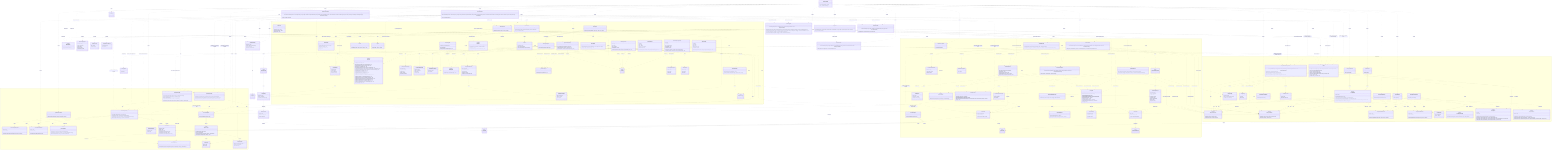
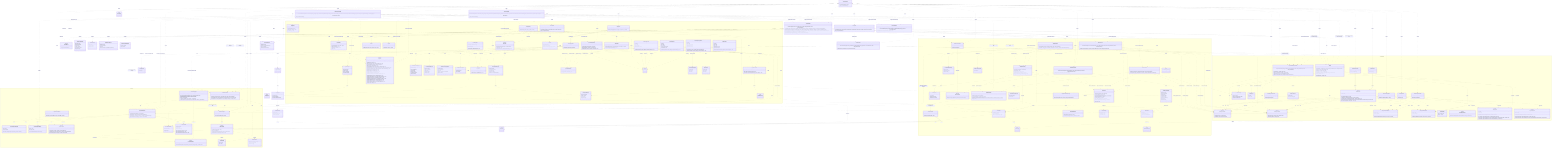
%% Authoritative, system-wide contract chart: every class and every relationship,
%% including the cross-domain interactions between modules.
%% For focused, per-domain views (intra-domain relationships only), see
%% docs/contracts/domains/ (one chart per domain + a README).
classDiagram
  direction TB

  class LicenseWizard {
    +LicenseWizard(args: string[])
    +run() Promise~Answer[]~
  }

  class IWizardMode {
    <<interface>>
    +run() Promise~Answer[]~
  }

  class InteractiveMode {
    +InteractiveMode(licenses: LicenseRepository, config: Config, manifests: ProjectManifestRepository, installer: LicenseInstaller, generator: LicenseGenerator, headers: HeaderApplier, renderer: IRenderer, reporter: IReporter, flags: WizardFlags)
    +run() Promise~Answer[]~
  }

  class NonInteractiveMode {
    +NonInteractiveMode(licenses: LicenseRepository, config: Config, manifests: ProjectManifestRepository, installer: LicenseInstaller, generator: LicenseGenerator, headers: HeaderApplier, reporter: IReporter, flags: WizardFlags, saveTargetByFlag: Record~string, string~)
    +run() Promise~Answer[]~
  }

  class VerifyMode {
    +VerifyMode(verifier: LicenseVerifier, headerVerifier: HeaderVerifier, config: Config, reporter: IReporter, strict: boolean)
    +run() Promise~Answer[]~
  }

  class WizardFlags {
    <<type>>
  }

  class HeaderApplier {
    +HeaderApplier(licenses: LicenseRepository, reader: IFileSystemReader, writer: IFileSystemWriter)
    +apply(licenseId: string, style: HeaderStyle, tokens: Record~string, string~, extraIgnores: string[]) Promise~HeaderApplyReport~
    +preview(licenseId: string, style: HeaderStyle, tokens: Record~string, string~, extraIgnores: string[]) Promise~HeaderPreview | null~
+     +forceApply(licenseId: string, style: HeaderStyle, tokens: Record~string, string~, file: string, options?: object) Promise~HeaderForceReport~
    +remove(extraIgnores: string[]) Promise~HeaderRemovalReport~
    +previewRemoval(extraIgnores: string[]) Promise~HeaderRemovalReport~
  }

  class HeaderApplyReport {
    +licenseId: string
    +style: HeaderStyle
    +total: number
    +written: number
    +unchanged: number
+     +skipped: string[]
  }

  class HeaderPreview {
    +files: string[]
+     +skipped: string[]
    +sample: string
+   }
+ 
+   class HeaderForceReport {
+     +licenseId: string
+     +style: HeaderStyle
+     +file: string
+     +outcome: "written" | "unchanged" | "missing"
  }

  class HeaderRemovalReport {
    +removed: string[]
    +total: number
  }

  class LicenseInstaller {
    +LicenseInstaller(config: Config, manifests: ProjectManifestRepository, generator: LicenseGenerator)
    +install(selection: LicenseSelection) Promise~void~
  }

  class LicenseVerifier {
    +LicenseVerifier(config: Config, manifests: ProjectManifestRepository, generator: LicenseGenerator, reader: IFileSystemReader)
    +verify(options: VerifyOptions) Promise~VerifyOutcome~
  }

  class LicenseSelection {
    +licenseId: string
    +tokens: Record~string, string~
    +save: ConfigSave
    +headers?: HeaderConfig
  }

  class ConfigSave {
    <<union>>
  }

  class VerifyOptions {
    +fix: boolean
  }

  class VerifyOutcome {
    <<union>>
  }

  class VerifyReport {
    +licenseId: string
    +license: DriftStatus
    +manifests: ManifestCheck[]
  }

  class ManifestCheck {
    +name: string
    +declared: string | null
    +status: DriftStatus
  }

  class DriftStatus {
    <<union>>
  }

  namespace CLI {
    class FlagParser {
      +FlagParser(flags: object)
      +parse(args: string[]) object
      +formatHelp() string
    }

    class Orchestrator {
      +Orchestrator(repository: QuestionRepository, renderer: IRenderer)
      +run() Promise~Answer[]~
    }

    class IRenderer {
      <<interface>>
      +render(question: Question) Promise~Answer~
      +onCancel() string
      +complete(summary: CompletionSummary) void
    }

    class CompletionSummary {
      +licenseId: string
      +customized: boolean
      +savedTo: string
      +manifests: string[]
      +headers?: CompletionHeaders
    }

    class CompletionHeaders {
      +style: HeaderStyle
      +written: number
      +total: number
+       +skipped: string[]
    }

    class ProgressBar {
      +ProgressBar(label: string, out?: object)
      +start(total: number) void
      +update(done: number) void
      +stop() void
    }

    class ClackRenderer {
      +ClackRenderer(meta: object, spinner: Spinner)
    }

    class IReporter {
      <<interface>>
      +usage(options: string) void
      +tokens(licenseId: string, slots: TemplateSlot[]) void
      +generated(licenseId: string, savedTo: string) void
      +dryRun(report: DryRunReport) void
      +missingFields(licenseId: string, missing: TemplateSlot[]) void
      +unknownFields(licenseId: string, unknown: string[], slots: TemplateSlot[]) void
      +licenseNotFound(licenseId: string, suggestions: LicenseIndexEntry[]) void
      +verifyMatch(report: VerifyReport) void
      +verifyFixed(report: VerifyReport) void
      +verifyMismatch(report: VerifyReport) void
      +headersNoFiles(licenseId: string) void
      +headersGenerated(report: HeaderGenerateReport) void
      +headersDryRun(report: HeaderDryRunReport) void
+       +headersForceApplied(report: HeaderForceApplyReport) void
      +headersRemoved(report: HeaderRemoveReport) void
      +headersRemoveDryRun(report: HeaderRemoveReport) void
      +headersVerifyMatch(report: HeaderVerifyReport) void
      +headersVerifyFixed(report: HeaderVerifyReport) void
      +headersVerifyMismatch(report: HeaderVerifyReport) void
      +error(message: string) void
    }

    class HeaderGenerateReport {
      +licenseId: string
      +style: HeaderStyle
      +total: number
      +written: number
      +unchanged: number
+       +skipped: string[]
    }

    class HeaderDryRunReport {
      +licenseId: string
      +style: HeaderStyle
      +files: string[]
+       +skipped: string[]
      +sample: string
+     }
+ 
+     class HeaderForceApplyReport {
+       +licenseId: string
+       +style: HeaderStyle
+       +file: string
+       +outcome: "written" | "unchanged"
+       +dryRun: boolean
    }

    class HeaderRemoveReport {
      +removed: string[]
      +total: number
    }

    class DryRunReport {
      +licenseId: string
      +content: string
      +save: ConfigSave
      +manifests: string[]
    }

    class MessageReporter {
      +MessageReporter(sink: IOutputSink)
    }

    class CliReporter {
      +CliReporter(programName: string, out?: object, err?: object)
    }

    class IOutputSink {
      <<interface>>
      +emit(message: OutputMessage) void
    }

    class StreamSink {
      +StreamSink(presenter: ReportPresenter, out?: object, err?: object)
      +emit(message: OutputMessage) void
    }

    class RecordingSink {
      +RecordingSink()
      +emit(message: OutputMessage) void
      +messages: OutputMessage[]
    }

    class ReportPresenter {
      +ReportPresenter(programName: string)
      +present(message: OutputMessage, options: object) string
    }

    class OutputMessage {
      <<union>>
    }

    class Banner {
      +buildBanner(meta: object, options: object) string
    }

    class Spinner {
      +start(handle: object) Function
    }

    class QuestionRepository {
      +QuestionRepository(questions: Question[])
      +getByIndex(index: number) Question | null
      +insertAt(index: number, questions: Question[]) void
    }

    class QuestionLifecycle {
      +inject(questions: Question[]) void
    }

    class Question {
      <<union>>
    }

    class TextQuestion {
      +id: string
      +text: string
      +type: "text"
      +defaultValue: string
      +required?: boolean
      +onAnswer(answer: Answer, lifecycle: QuestionLifecycle) void
    }

    class ConfirmQuestion {
      +id: string
      +text: string
      +type: "confirm"
      +defaultValue: boolean
      +onAnswer(answer: Answer, lifecycle: QuestionLifecycle) void
    }

    class AutocompleteQuestion {
      +id: string
      +text: string
      +type: "autocomplete"
      +defaultValue: string
      +required?: boolean
      +search(query: string) Promise~AutocompleteOption[]~
      +onAnswer(answer: Answer, lifecycle: QuestionLifecycle) void
    }

    class AutocompleteOption {
      +value: string
      +label: string
      +hint: string
    }

    class SelectQuestion {
      +id: string
      +text: string
      +type: "select"
      +options: SelectOption[]
      +defaultValue: string
      +onAnswer(answer: Answer, lifecycle: QuestionLifecycle) void
    }

    class SelectOption {
      +value: string
      +label: string
      +hint: string
    }

    class Answer {
      +questionId: string
      +value: string | boolean
      +fields: Record~string, string | boolean~
    }
  }

  namespace Licensing {
    class LicenseRepository {
      +LicenseRepository(source: ILicenseSource)
      +search(query: string) Promise~LicenseIndexEntry[]~
      +suggest(query: string, limit: number) Promise~LicenseIndexEntry[]~
      +getLicense(licenseId: string) Promise~LicenseDetail~
    }

    class LicenseRepositoryError {
      +name: string
      +cause: unknown
      +LicenseRepositoryError(message: string, cause?: unknown)
    }

    class LicenseNotFoundError {
      +name: string
      +licenseId: string
      +LicenseNotFoundError(licenseId: string)
    }

    class ILicenseSource {
      <<interface>>
      +search(query: string) Promise~LicenseIndexEntry[]~
      +suggest(query: string, limit: number) Promise~LicenseIndexEntry[]~
      +fetchLicense(licenseId: string) Promise~LicenseDetail~
    }

    class SpdxLicenseSource {
      +SpdxLicenseSource(ttlMs?: number, timeoutMs?: number)
    }

    class LicenseIndexEntry {
      +licenseId: string
      +name: string
    }

    class LicenseDetail {
      +licenseId: string
      +name: string
      +licenseText: string
      +standardLicenseTemplate?: string
      +standardLicenseHeader?: string
      +standardLicenseHeaderTemplate?: string
    }

    class SpdxTemplate {
      <<abstract>>
      +SpdxTemplate(template: string)
      +slots() TemplateSlot[]
      +resolveSlots(entries: Map~string, string~) SlotResolution
      +render(values: Record~string, string~) string
    }

    class LicenseTemplate {
      +LicenseTemplate(template: string)
    }

    class LicenseCopyright {
      +LicenseCopyright(bodyTemplate: string, headerTemplate: string)
      +fromDetail(detail: LicenseDetail)$ LicenseCopyright
      +slots() TemplateSlot[]
      +requiredSlots(fullHeader: boolean) TemplateSlot[]
      +resolveFor(entries: Map~string, string~, fullHeader: boolean) SlotResolution
    }

    class resolveSlotEntries {
      <<function>>
      +resolveSlotEntries(slots: TemplateSlot[], entries: Map~string, string~) SlotResolution
    }

    class TemplateSlot {
      +token: string
      +label: string
    }

    class SlotResolution {
      +values: Record~string, string~
      +missing: TemplateSlot[]
      +unknown: string[]
    }

    class LicenseGenerator {
      +LicenseGenerator(repository: LicenseRepository, writer: IFileSystemWriter)
      +generate(licenseId: string, slotValues?: Record~string, string~) Promise~void~
      +render(licenseId: string, slotValues?: Record~string, string~) Promise~string~
    }
  }

  namespace Configuration {
    class IFileSystemReader {
      <<interface>>
      +read(path: string) Promise~string~
      +exists(path: string) Promise~boolean~
    }

    class IFileSystemWriter {
      <<interface>>
      +write(path: string, content: string) Promise~void~
      +delete(path: string) Promise~void~
    }

    class NodeFileSystemReader {
      +NodeFileSystemReader()
    }

    class NodeFileSystemWriter {
      +NodeFileSystemWriter()
    }

    class FileSystemReaderError {
      +name: string
      +cause: unknown
      +FileSystemReaderError(message: string, cause?: unknown)
    }

    class FileSystemWriterError {
      +name: string
      +cause: unknown
      +FileSystemWriterError(message: string, cause?: unknown)
    }

    class WizardConfig {
      +licenseId: string
      +tokens?: Record~string, string~
      +headers?: HeaderConfig
    }

    class HeaderConfig {
      +style: HeaderStyle
      +ignore?: string[]
    }

    class parseWizardConfig {
      <<function>>
      +parseWizardConfig(value: unknown, fileName: string) WizardConfig
    }

    class ConfigTarget {
      +id: string
      +label: string
    }

    class IConfigStore {
      <<interface>>
      +id: string
      +label: string
      +available(reader: IFileSystemReader) Promise~boolean~
      +read(reader: IFileSystemReader) Promise~WizardConfig | null~
      +write(reader: IFileSystemReader, writer: IFileSystemWriter, config: WizardConfig) Promise~void~
      +clear(reader: IFileSystemReader, writer: IFileSystemWriter) Promise~void~
    }

    class RcConfigStore {
      +RcConfigStore()
    }

    class ManifestConfigStore {
      +ManifestConfigStore(fileName: string)
    }

    class Config {
      +Config(stores: IConfigStore[], reader: IFileSystemReader, writer: IFileSystemWriter)
      +read() Promise~WizardConfig | null~
      +source() Promise~string | null~
      +targets() Promise~ConfigTarget[]~
      +write(config: WizardConfig, targetId: string) Promise~void~
      +clear() Promise~void~
      +clearHeaders() Promise~void~
    }

    class IProjectManifest {
      <<interface>>
      +name: string
      +exists(reader: IFileSystemReader) Promise~boolean~
      +readLicense(reader: IFileSystemReader) Promise~string | null~
      +writeLicense(reader: IFileSystemReader, writer: IFileSystemWriter, licenseId: string) Promise~void~
    }

    class JsonManifest {
      <<abstract>>
      +JsonManifest(fileName: string)
      +name: string
      +exists(reader: IFileSystemReader) Promise~boolean~
      +readLicense(reader: IFileSystemReader) Promise~string | null~
      +writeLicense(reader: IFileSystemReader, writer: IFileSystemWriter, licenseId: string) Promise~void~
      #extractLicenseId(value: unknown)* string | null
    }

    class NpmManifest {
      +NpmManifest()
    }

    class ComposerManifest {
      +ComposerManifest()
    }

    class ProjectManifestRepository {
      +ProjectManifestRepository(manifests: IProjectManifest[], reader: IFileSystemReader, writer: IFileSystemWriter)
      +readLicense() Promise~string | null~
      +writeLicense(licenseId: string) Promise~void~
      +declaredLicenses() Promise~ManifestLicense[]~
      +writeLicenseTo(name: string, licenseId: string) Promise~void~
    }

    class ManifestLicense {
      +name: string
      +licenseId: string | null
    }
  }

  namespace Headers {
    class HeaderPlan {
      +detail: LicenseDetail
      +style: HeaderStyle
      +tokens: Record~string, string~
    }

    class HeaderStyle {
      <<union>>
    }

    class HeaderRenderer {
      +HeaderRenderer(plan: HeaderPlan)
      +supportsFull(detail: LicenseDetail)$ boolean
      +fullHeaderHasUnfilledPlaceholders(detail: LicenseDetail, tokens: Record~string, string~)$ boolean
      +body() string
    }

    class HeaderTemplate {
      +HeaderTemplate(template: string)
    }

    class HeaderComposer {
      +HeaderComposer(plan: HeaderPlan)
      +fingerprint() string
      +block(extension: string) string
      +hasManaged(content: string) boolean
      +apply(content: string, filePath: string) string
    }

    class SourceFileScanner {
      +SourceFileScanner(walker: IFileTreeWalker, reader: IFileSystemReader, matchers?: GitignoreMatcherFactory)
      +scan(options?: ScanOptions) Promise~string[]~
    }

    class ScanOptions {
      +root?: string
      +extensions?: string[]
      +extraIgnores?: string[]
    }

    class GitignoreMatcher {
      +GitignoreMatcher(patterns: string[])
      +ignores(path: string, isDirectory: boolean) boolean
    }

    class GitignoreMatcherFactory {
      +fromContent(content: string, extra?: string[]) GitignoreMatcher
    }

    class IFileTreeWalker {
      <<interface>>
      +walk(root: string, skipDirectory: Function) Promise~string[]~
    }

    class NodeFileTreeWalker {
      +NodeFileTreeWalker()
    }

    class HeaderInstaller {
      +HeaderInstaller(reader: IFileSystemReader, writer: IFileSystemWriter)
      +install(files: string[], plan: HeaderPlan, onProgress?: Function) Promise~HeaderInstallSummary~
    }

    class HeaderInstallSummary {
      +written: string[]
      +unchanged: string[]
      +skipped: string[]
    }

    class SourceFile {
      +SourceFile(content: string, path: string)
      +extensionOf(path: string)$ string
      +commentStyleFor(extension: string)$ CommentStyle
      +hasManagedHeader() boolean
      +canPlaceHeader() boolean
      +withoutManagedHeaders() SourceFile
      +withManagedHeader(block: string) SourceFile
      +toString() string
    }

    class CommentStyle {
      +blockStart: string
      +linePrefix: string
      +blockEnd: string
    }

    class HeaderRemover {
      +HeaderRemover(reader: IFileSystemReader, writer: IFileSystemWriter)
      +remove(files: string[], onProgress?: Function) Promise~HeaderRemoveSummary~
    }

    class HeaderRemoveSummary {
      +removed: string[]
      +total: number
    }

    class HeaderVerifier {
      +HeaderVerifier(scanner: SourceFileScanner, reader: IFileSystemReader, writer: IFileSystemWriter, licenses: LicenseRepository)
      +verify(config: WizardConfig, options: HeaderVerifyOptions) Promise~HeaderVerifyOutcome~
    }

    class HeaderVerifyOptions {
      +fix: boolean
    }

    class HeaderVerifyOutcome {
      <<union>>
    }

    class HeaderVerifyReport {
      +licenseId: string
      +style: HeaderStyle
      +total: number
      +matched: string[]
      +missing: string[]
      +drifted: HeaderDrift[]
      +fixed: string[]
      +skipped: string[]
    }

    class HeaderDrift {
      +file: string
      +declares: object | null
      +reason: HeaderDriftReason
    }

    class HeaderDriftReason {
      <<union>>
    }
  }

  TextQuestion ..|> Question : member of
  ConfirmQuestion ..|> Question : member of
  AutocompleteQuestion ..|> Question : member of
  SelectQuestion ..|> Question : member of
  TextQuestion ..> QuestionLifecycle : onAnswer receives
  ConfirmQuestion ..> QuestionLifecycle : onAnswer receives
  AutocompleteQuestion ..> QuestionLifecycle : onAnswer receives
  SelectQuestion ..> QuestionLifecycle : onAnswer receives
  SelectQuestion ..> SelectOption : offers
  Orchestrator ..> QuestionLifecycle : creates
  ClackRenderer ..|> IRenderer : implements
  ClackRenderer ..> Spinner : uses
  ClackRenderer ..> Banner : renders
  IRenderer ..> CompletionSummary : renders
  ClackRenderer ..> CompletionSummary : renders
  MessageReporter ..|> IReporter : implements
  CliReporter --|> MessageReporter : terminal wiring
  MessageReporter ..> IOutputSink : emits to
  MessageReporter ..> OutputMessage : builds
  StreamSink ..|> IOutputSink : implements
  RecordingSink ..|> IOutputSink : implements
  StreamSink ..> ReportPresenter : renders with
  ReportPresenter ..> OutputMessage : renders
  CliReporter ..> StreamSink : wires
  CliReporter ..> ReportPresenter : wires
  MessageReporter ..> TemplateSlot : reads
  MessageReporter ..> VerifyReport : reads
  MessageReporter ..> DryRunReport : reads
  %% Composition root: LicenseWizard parses flags, builds the shared graph, and
  %% delegates each run to one of the three modes through IWizardMode.
  LicenseWizard ..> FlagParser : uses
  LicenseWizard ..> WizardFlags : parses
  LicenseWizard ..> CliReporter : creates
  LicenseWizard ..> IReporter : reports usage through
  LicenseWizard ..> ClackRenderer : creates
  LicenseWizard ..> SpdxLicenseSource : creates
  LicenseWizard ..> LicenseRepository : creates
  LicenseWizard ..> LicenseGenerator : creates
  LicenseWizard ..> LicenseInstaller : creates
  LicenseWizard ..> HeaderApplier : creates
  LicenseWizard ..> LicenseVerifier : creates
  LicenseWizard ..> IWizardMode : delegates the run to
  LicenseWizard ..> InteractiveMode : creates
  LicenseWizard ..> NonInteractiveMode : creates
  LicenseWizard ..> VerifyMode : creates
  InteractiveMode ..|> IWizardMode : implements
  NonInteractiveMode ..|> IWizardMode : implements
  VerifyMode ..|> IWizardMode : implements

  %% Interactive mode: the prompt-driven setup flow.
  InteractiveMode ..> ClackRenderer : renders through
  InteractiveMode ..> IRenderer : reports completion through
  InteractiveMode ..> Orchestrator : creates
  InteractiveMode ..> QuestionRepository : creates
  InteractiveMode ..> LicenseRepository : searches and resolves with
  InteractiveMode ..> LicenseTemplate : creates
  InteractiveMode ..> HeaderRenderer : checks full-header support with
  InteractiveMode ..> LicenseInstaller : applies selection through
  InteractiveMode ..> HeaderApplier : applies headers through
  InteractiveMode ..> LicenseGenerator : renders dry-run preview through
  InteractiveMode ..> Config : reads config and targets from
  InteractiveMode ..> ProjectManifestRepository : reads and reports manifests through
  InteractiveMode ..> IReporter : reports dry-run through
  InteractiveMode ..> LicenseSelection : builds
  InteractiveMode ..> DryRunReport : builds

  %% Non-interactive mode: flag-driven generation, apply-config, and removal.
  NonInteractiveMode ..> LicenseRepository : resolves and suggests with
  NonInteractiveMode ..> LicenseTemplate : creates
  NonInteractiveMode ..> HeaderRenderer : checks full-header support with
  NonInteractiveMode ..> LicenseInstaller : applies selection through
  NonInteractiveMode ..> HeaderApplier : applies headers through
  NonInteractiveMode ..> LicenseGenerator : renders dry-run preview through
  NonInteractiveMode ..> Config : reads config and clears headers through
  NonInteractiveMode ..> ProjectManifestRepository : reports manifests through
  NonInteractiveMode ..> IReporter : reports through
  NonInteractiveMode ..> LicenseSelection : builds
  NonInteractiveMode ..> DryRunReport : builds
  NonInteractiveMode ..> LicenseNotFoundError : handles

  %% Verify mode: LICENSE/manifest and source-header verification.
  VerifyMode ..> LicenseVerifier : verifies through
  VerifyMode ..> HeaderVerifier : verifies headers through
  VerifyMode ..> Config : reads config from
  VerifyMode ..> IReporter : reports through

  LicenseInstaller ..> Config : uses
  LicenseInstaller ..> ProjectManifestRepository : writes selection to
  LicenseInstaller ..> LicenseGenerator : uses
  LicenseInstaller ..> LicenseSelection : applies
  LicenseVerifier ..> Config : reads config from
  LicenseVerifier ..> ProjectManifestRepository : checks and reconciles manifests through
  LicenseVerifier ..> LicenseGenerator : re-renders and rewrites with
  LicenseVerifier ..> IFileSystemReader : reads LICENSE through
  LicenseVerifier ..> VerifyOptions : configured by
  LicenseVerifier ..> VerifyOutcome : returns
  VerifyOutcome ..> VerifyReport : carries
  VerifyReport ..> ManifestCheck : aggregates
  VerifyReport ..> DriftStatus : statuses by
  ManifestCheck ..> DriftStatus : status by
  ProjectManifestRepository ..> ManifestLicense : produces
  LicenseSelection ..> ConfigSave : has
  DryRunReport ..> ConfigSave : carries
  Orchestrator ..> QuestionRepository : gets questions from
  Orchestrator ..> IRenderer : feeds questions to
  ClackRenderer ..> Question : renders
  QuestionRepository ..> Question : produces
  AutocompleteQuestion ..> AutocompleteOption : search produces
  Orchestrator ..> Answer : collects
  SpdxLicenseSource ..|> ILicenseSource : implements
  LicenseRepository ..> ILicenseSource : uses
  LicenseRepository ..> LicenseIndexEntry : produces
  LicenseRepository ..> LicenseDetail : produces
  LicenseRepository ..> LicenseRepositoryError : throws
  LicenseRepository ..> LicenseNotFoundError : throws
  SpdxLicenseSource ..> LicenseNotFoundError : throws
  MessageReporter ..> LicenseIndexEntry : reads
  LicenseGenerator ..> LicenseRepository : uses
  LicenseGenerator ..> IFileSystemWriter : uses
  LicenseGenerator ..> LicenseTemplate : uses
  LicenseTemplate --|> SpdxTemplate : extends
  LicenseCopyright ..> LicenseTemplate : parses body and header with
  LicenseCopyright ..> resolveSlotEntries : resolves with
  SpdxTemplate ..> resolveSlotEntries : resolves with
  HeaderTemplate --|> SpdxTemplate : extends
  SpdxTemplate ..> TemplateSlot : produces
  SpdxTemplate ..> SlotResolution : produces
  NodeFileSystemReader ..|> IFileSystemReader : implements
  NodeFileSystemWriter ..|> IFileSystemWriter : implements
  NodeFileSystemReader ..> FileSystemReaderError : throws
  NodeFileSystemWriter ..> FileSystemWriterError : throws
  Config ..> IConfigStore : coordinates
  Config ..> IFileSystemReader : uses
  Config ..> IFileSystemWriter : uses
  Config ..> WizardConfig : produces
  Config ..> ConfigTarget : produces
  Config ..> FileSystemWriterError : throws
  RcConfigStore ..|> IConfigStore : implements
  ManifestConfigStore ..|> IConfigStore : implements
  RcConfigStore ..> IFileSystemReader : uses
  RcConfigStore ..> IFileSystemWriter : uses
  RcConfigStore ..> FileSystemReaderError : throws
  RcConfigStore ..> FileSystemWriterError : throws
  ManifestConfigStore ..> IFileSystemReader : uses
  ManifestConfigStore ..> IFileSystemWriter : uses
  ManifestConfigStore ..> FileSystemReaderError : throws
  ManifestConfigStore ..> FileSystemWriterError : throws
  JsonManifest ..|> IProjectManifest : implements
  NpmManifest --|> JsonManifest : extends
  ComposerManifest --|> JsonManifest : extends
  JsonManifest ..> IFileSystemReader : uses
  JsonManifest ..> IFileSystemWriter : uses
  JsonManifest ..> FileSystemReaderError : throws
  JsonManifest ..> FileSystemWriterError : throws
  ProjectManifestRepository ..> IProjectManifest : coordinates
  ProjectManifestRepository ..> IFileSystemReader : uses
  ProjectManifestRepository ..> IFileSystemWriter : uses
  LicenseWizard ..> NodeFileSystemReader : creates
  LicenseWizard ..> NodeFileSystemWriter : creates
  LicenseWizard ..> Config : creates
  LicenseWizard ..> RcConfigStore : creates
  LicenseWizard ..> ManifestConfigStore : creates
  LicenseWizard ..> NpmManifest : creates
  LicenseWizard ..> ComposerManifest : creates
  LicenseWizard ..> ProjectManifestRepository : creates
  LicenseWizard ..> HeaderVerifier : creates
  LicenseWizard ..> SourceFileScanner : creates
  LicenseWizard ..> NodeFileTreeWalker : creates
  %% HeaderApplier owns the source-file header surface for both write modes.
  HeaderApplier ..> SourceFileScanner : creates
  HeaderApplier ..> NodeFileTreeWalker : creates
  HeaderApplier ..> HeaderInstaller : creates
  HeaderApplier ..> HeaderInstaller : writes headers through
  HeaderApplier ..> HeaderRemover : creates
  HeaderApplier ..> HeaderRemover : removes headers through
  HeaderApplier ..> SourceFile : previews removal with
  HeaderApplier ..> HeaderComposer : previews header block with
  HeaderApplier ..> ProgressBar : drives header progress with
  HeaderApplier ..> HeaderPlan : builds
  HeaderApplier ..> LicenseRepository : fetches header detail through
  HeaderApplier ..> HeaderApplyReport : produces
  HeaderApplier ..> HeaderPreview : produces
+   HeaderApplier ..> HeaderForceReport : produces
  HeaderApplier ..> HeaderRemovalReport : produces
  MessageReporter ..> HeaderGenerateReport : reads
  MessageReporter ..> HeaderDryRunReport : reads
+   MessageReporter ..> HeaderForceApplyReport : reads
  MessageReporter ..> HeaderRemoveReport : reads
  MessageReporter ..> HeaderVerifyReport : reads
  MessageReporter ..> HeaderDrift : reduces drift from
  HeaderConfig ..> HeaderStyle : style by
  HeaderPlan ..> LicenseDetail : carries
  HeaderPlan ..> HeaderStyle : styled by
  HeaderRenderer ..> HeaderPlan : renders
  HeaderRenderer ..> HeaderTemplate : substitutes header template with
  HeaderComposer ..> HeaderPlan : composes
  HeaderComposer ..> HeaderRenderer : renders body with
  HeaderInstaller ..> HeaderComposer : applies header with
  HeaderInstaller ..> HeaderPlan : applies
  HeaderInstaller ..> IFileSystemReader : reads files through
  HeaderInstaller ..> IFileSystemWriter : writes files through
  HeaderInstaller ..> HeaderInstallSummary : produces
  HeaderRemover ..> SourceFile : strips header through
  HeaderRemover ..> IFileSystemReader : reads files through
  HeaderRemover ..> IFileSystemWriter : writes files through
  HeaderRemover ..> HeaderRemoveSummary : produces
  HeaderComposer ..> SourceFile : places header through
  SourceFile ..> CommentStyle : wraps with
  SourceFileScanner ..> SourceFile : derives extension with
  HeaderVerifier ..> SourceFileScanner : rediscovers files through
  HeaderVerifier ..> HeaderComposer : compares against
  HeaderVerifier ..> LicenseRepository : fetches header detail through
  HeaderVerifier ..> IFileSystemReader : reads files through
  HeaderVerifier ..> IFileSystemWriter : rewrites files through
  HeaderVerifier ..> WizardConfig : verifies against
  HeaderVerifier ..> HeaderVerifyOptions : configured by
  HeaderVerifier ..> HeaderVerifyOutcome : returns
  HeaderVerifyOutcome ..> HeaderVerifyReport : carries
  HeaderVerifyReport ..> HeaderDrift : details drift by
  HeaderDrift ..> HeaderDriftReason : explained by
  HeaderVerifier ..> HeaderDrift : classifies drift into
  SourceFileScanner ..> IFileTreeWalker : walks with
  SourceFileScanner ..> IFileSystemReader : reads .gitignore through
  SourceFileScanner ..> GitignoreMatcherFactory : builds matchers with
  SourceFileScanner ..> GitignoreMatcher : filters with
  SourceFileScanner ..> ScanOptions : configured by
  GitignoreMatcherFactory ..> GitignoreMatcher : creates
  NodeFileTreeWalker ..|> IFileTreeWalker : implements
  ClackRenderer ..> CompletionHeaders : renders
  CompletionSummary ..> CompletionHeaders : carries
